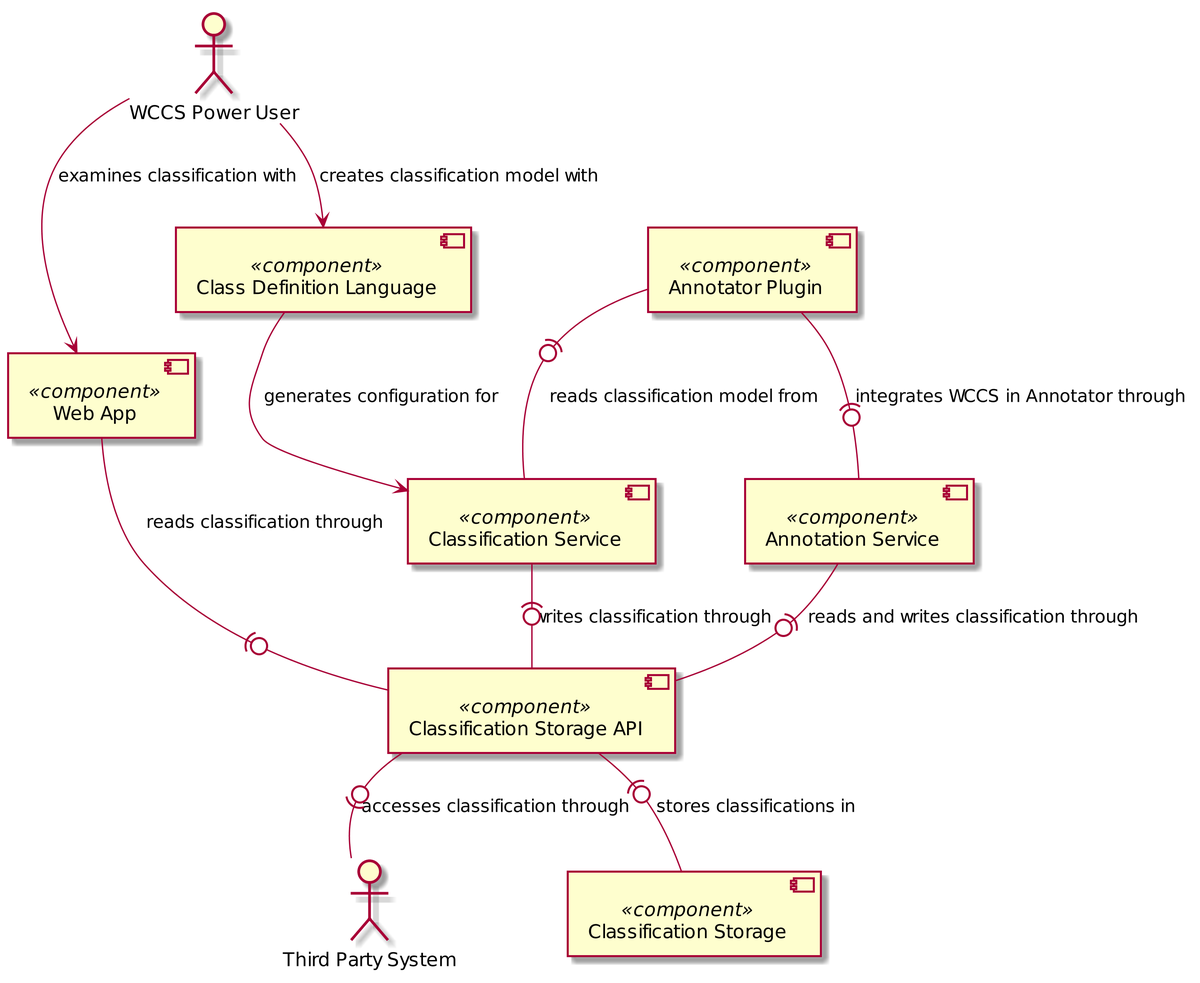
Above: src/main/resources/architecture/wccs_internal_architecture.png in TheGreyKoala/master-thesis (PlantUML), before the change.
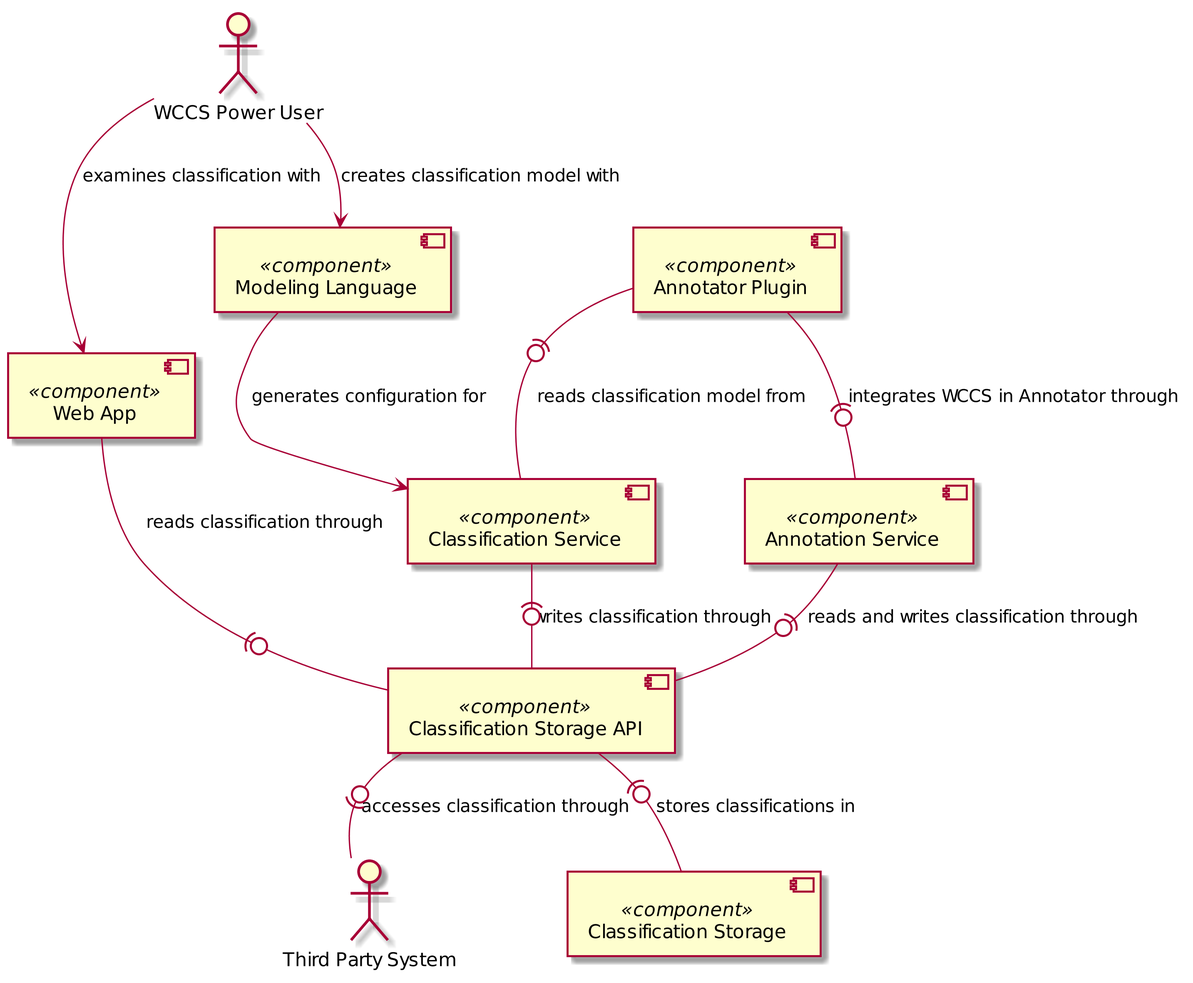
Later version of the same file.

What changed in the source:
```diff
@@ -7,7 +7,7 @@
 
 [Annotator Plugin] <<component>> as annotator_plugin
 [Annotation Service] <<component>> as annotation_service
-[Class Definition Language] <<component>> as dsl
+[Modeling Language] <<component>> as dsl
 [Classification Service] <<component>> as classification_service
 [Classification Storage API] <<component>> as classification_storage_api
 [Classification Storage] <<component>> as classification_storage
```
